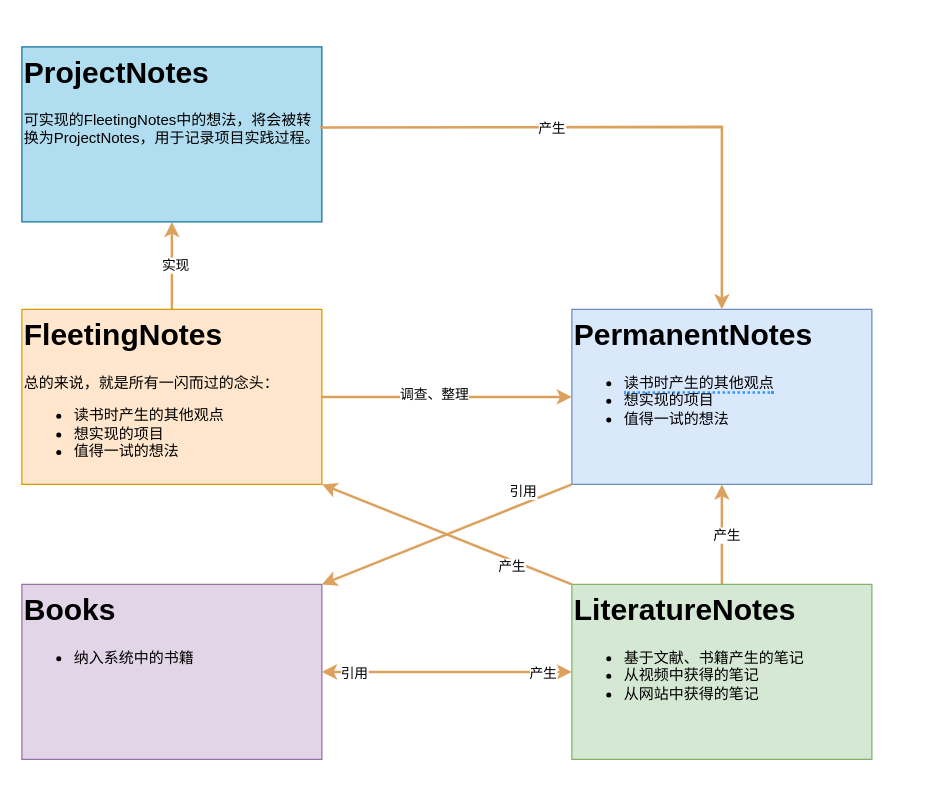
The draw.io diagram twks.drawio in uzvg/diagrams, before the edit. Source tidied: cells renumbered, new cells numbered last; positions are measured from the earlier drawing's top-left corner, leaving out a move shared by most shapes. Both pictures are drawn from the tidied source at 125%, with x=0, y=0 at pixel (21, 46).
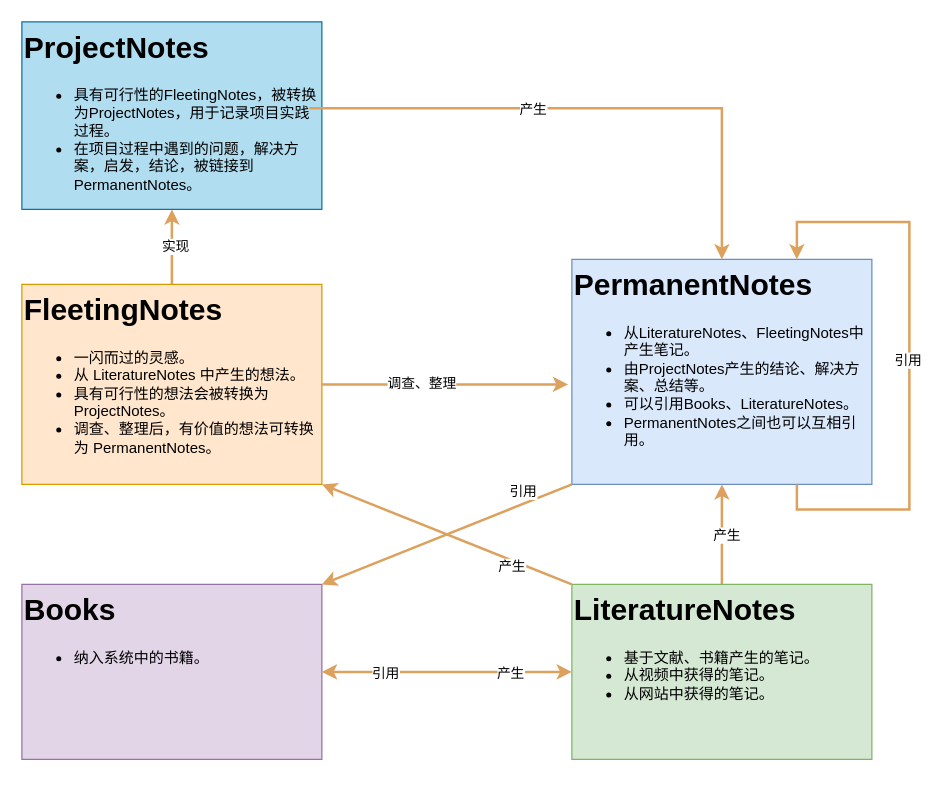
Above is the later version.

Diff of the diagram source:
```diff
@@
-    <mxCell id="2" style="edgeStyle=orthogonalEdgeStyle;rounded=1;jettySize=auto;html=1;strokeColor=#DDA15E;fontColor=#FEFAE0;fillColor=#BC6C25;flowAnimation=1;strokeWidth=2;curved=0;" parent="1" edge="1" source="6" target="7">
-      <mxGeometry relative="1" as="geometry" />
-    </mxCell>
-    <mxCell id="3" value="调查、整理" style="edgeLabel;html=1;align=center;verticalAlign=middle;strokeColor=#DDA15E;fontColor=default;fillColor=#BC6C25;" parent="2" vertex="1">
-      <mxGeometry x="-0.12" y="3" relative="1" as="geometry">
-        <mxPoint x="1" as="offset" />
-      </mxGeometry>
-    </mxCell>
@@
-    <mxCell id="6" value="&lt;h1 style=&quot;margin-top: 0px;&quot;&gt;FleetingNotes&lt;/h1&gt;&lt;div&gt;总的来说，就是所有一闪而过的念头：&lt;/div&gt;&lt;div&gt;&lt;ul&gt;&lt;li&gt;读书时产生的其他观点&lt;/li&gt;&lt;li&gt;想实现的项目&lt;/li&gt;&lt;li&gt;值得一试的想法&lt;/li&gt;&lt;/ul&gt;&lt;/div&gt;" style="text;html=1;whiteSpace=wrap;overflow=hidden;rounded=0;fillColor=#ffe6cc;strokeColor=#d79b00;align=left;" parent="1" vertex="1">
-      <mxGeometry y="210" width="240" height="140" as="geometry" />
+    <mxCell id="6" value="&lt;h1 style=&quot;margin-top: 0px;&quot;&gt;FleetingNotes&lt;/h1&gt;&lt;div&gt;&lt;ul&gt;&lt;li&gt;一闪而过的灵感。&lt;/li&gt;&lt;li&gt;从 LiteratureNotes 中产生的想法。&lt;/li&gt;&lt;li&gt;具有可行性的想法会被转换为 ProjectNotes。&lt;/li&gt;&lt;li&gt;调查、整理后，有价值的想法可转换为 PermanentNotes。&lt;/li&gt;&lt;/ul&gt;&lt;/div&gt;" style="text;html=1;whiteSpace=wrap;overflow=hidden;rounded=0;fillColor=#ffe6cc;strokeColor=#d79b00;align=left;" parent="1" vertex="1">
+      <mxGeometry y="190" width="240" height="160" as="geometry" />
     </mxCell>
-    <mxCell id="7" value="&lt;h1 style=&quot;margin-top: 0px;&quot;&gt;PermanentNotes&lt;/h1&gt;&lt;div&gt;&lt;ul&gt;&lt;li style=&quot;&quot;&gt;&lt;span style=&quot;cursor: pointer; border-bottom: 2px dotted rgb(51, 153, 255);&quot;&gt;读书时产生的其他观点&lt;/span&gt;&lt;/li&gt;&lt;li style=&quot;&quot;&gt;想实现的项目&lt;/li&gt;&lt;li style=&quot;&quot;&gt;值得一试的想法&lt;/li&gt;&lt;/ul&gt;&lt;/div&gt;" style="text;html=1;whiteSpace=wrap;overflow=hidden;rounded=0;fillColor=#dae8fc;strokeColor=#6c8ebf;align=left;" parent="1" vertex="1">
-      <mxGeometry x="440" y="210" width="240" height="140" as="geometry" />
+    <mxCell id="7" value="&lt;h1 style=&quot;margin-top: 0px;&quot;&gt;PermanentNotes&lt;/h1&gt;&lt;div&gt;&lt;ul&gt;&lt;li&gt;从LiteratureNotes、FleetingNotes中产生笔记。&lt;/li&gt;&lt;li&gt;由ProjectNotes产生的结论、解决方案、总结等。&lt;/li&gt;&lt;li&gt;可以引用Books、LiteratureNotes。&lt;/li&gt;&lt;li&gt;PermanentNotes之间也可以互相引用。&lt;/li&gt;&lt;/ul&gt;&lt;/div&gt;" style="text;html=1;whiteSpace=wrap;overflow=hidden;rounded=0;fillColor=#dae8fc;strokeColor=#6c8ebf;align=left;" parent="1" vertex="1">
+      <mxGeometry x="440" y="170" width="240" height="180" as="geometry" />
     </mxCell>
@@
-    <mxCell id="10" value="&lt;h1 style=&quot;margin-top: 0px;&quot;&gt;LiteratureNotes&lt;/h1&gt;&lt;div&gt;&lt;ul&gt;&lt;li style=&quot;&quot;&gt;基于文献、书籍产生的笔记&lt;/li&gt;&lt;li&gt;从视频中获得的笔记&lt;/li&gt;&lt;li&gt;从网站中获得的笔记&lt;/li&gt;&lt;/ul&gt;&lt;/div&gt;" style="text;html=1;whiteSpace=wrap;overflow=hidden;rounded=0;fillColor=#d5e8d4;strokeColor=#82b366;align=left;" parent="1" vertex="1">
+    <mxCell id="10" value="&lt;h1 style=&quot;margin-top: 0px;&quot;&gt;LiteratureNotes&lt;/h1&gt;&lt;div&gt;&lt;ul&gt;&lt;li style=&quot;&quot;&gt;基于文献、书籍产生的笔记。&lt;/li&gt;&lt;li&gt;从视频中获得的笔记。&lt;/li&gt;&lt;li&gt;从网站中获得的笔记。&lt;/li&gt;&lt;/ul&gt;&lt;/div&gt;" style="text;html=1;whiteSpace=wrap;overflow=hidden;rounded=0;fillColor=#d5e8d4;strokeColor=#82b366;align=left;" parent="1" vertex="1">
       <mxGeometry x="440" y="430" width="240" height="140" as="geometry" />
     </mxCell>
-    <mxCell id="11" value="&lt;h1 style=&quot;margin-top: 0px;&quot;&gt;Books&lt;/h1&gt;&lt;div&gt;&lt;ul&gt;&lt;li&gt;纳入系统中的书籍&lt;/li&gt;&lt;/ul&gt;&lt;/div&gt;" style="text;html=1;whiteSpace=wrap;overflow=hidden;rounded=0;fillColor=#e1d5e7;strokeColor=#9673a6;align=left;" parent="1" vertex="1">
+    <mxCell id="11" value="&lt;h1 style=&quot;margin-top: 0px;&quot;&gt;Books&lt;/h1&gt;&lt;div&gt;&lt;ul&gt;&lt;li&gt;纳入系统中的书籍。&lt;/li&gt;&lt;/ul&gt;&lt;/div&gt;" style="text;html=1;whiteSpace=wrap;overflow=hidden;rounded=0;fillColor=#e1d5e7;strokeColor=#9673a6;align=left;" parent="1" vertex="1">
       <mxGeometry y="430" width="240" height="140" as="geometry" />
     </mxCell>
-    <mxCell id="12" value="&lt;h1 style=&quot;margin-top: 0px;&quot;&gt;ProjectNotes&lt;/h1&gt;&lt;div&gt;可实现的FleetingNotes中的想法，将会被转换为ProjectNotes，用于记录项目实践过程。&lt;/div&gt;" style="text;html=1;whiteSpace=wrap;overflow=hidden;rounded=0;fillColor=#b1ddf0;strokeColor=#10739e;align=left;" parent="1" vertex="1">
-      <mxGeometry width="240" height="140" as="geometry" />
+    <mxCell id="12" value="&lt;h1 style=&quot;margin-top: 0px;&quot;&gt;ProjectNotes&lt;/h1&gt;&lt;div&gt;&lt;ul&gt;&lt;li&gt;具有可行性的FleetingNotes，被转换为ProjectNotes，用于记录项目实践过程。&lt;/li&gt;&lt;li&gt;在项目过程中遇到的问题，解决方案，启发，结论，被链接到PermanentNotes。&lt;/li&gt;&lt;/ul&gt;&lt;/div&gt;" style="text;html=1;whiteSpace=wrap;overflow=hidden;rounded=0;fillColor=#b1ddf0;strokeColor=#10739e;align=left;" parent="1" vertex="1">
+      <mxGeometry y="-20" width="240" height="150" as="geometry" />
     </mxCell>
@@
-    <mxCell id="15" style="endArrow=classic;startArrow=classic;html=1;rounded=0;strokeColor=#DDA15E;fontColor=#FEFAE0;fillColor=#BC6C25;entryX=0;entryY=0.5;entryDx=0;entryDy=0;flowAnimation=1;strokeWidth=2;" parent="1" edge="1" source="11" target="10">
+    <mxCell id="15" style="endArrow=classic;startArrow=classic;html=1;rounded=0;strokeColor=#DDA15E;fontColor=#FEFAE0;fillColor=#BC6C25;entryX=0;entryY=0.5;entryDx=0;entryDy=0;flowAnimation=1;strokeWidth=2;exitX=1;exitY=0.5;exitDx=0;exitDy=0;" parent="1" edge="1" source="11" target="10">
       <mxGeometry relative="1" as="geometry" />
     </mxCell>
     <mxCell id="16" value="产生" style="edgeLabel;html=1;align=center;verticalAlign=middle;strokeColor=#DDA15E;fontColor=default;fillColor=#BC6C25;" parent="15" vertex="1">
-      <mxGeometry x="0.76" relative="1" as="geometry" />
+      <mxGeometry x="0.76" relative="1" as="geometry">
+        <mxPoint x="-26" as="offset" />
+      </mxGeometry>
     </mxCell>
     <mxCell id="17" value="引用" style="edgeLabel;html=1;align=center;verticalAlign=middle;strokeColor=#DDA15E;fontColor=default;fillColor=#BC6C25;" parent="15" vertex="1">
-      <mxGeometry x="-0.75" relative="1" as="geometry" />
+      <mxGeometry x="-0.75" relative="1" as="geometry">
+        <mxPoint x="25" as="offset" />
+      </mxGeometry>
     </mxCell>
-    <mxCell id="18" style="endArrow=classic;html=1;rounded=0;strokeColor=#DDA15E;fontColor=#FEFAE0;fillColor=#BC6C25;exitX=0.994;exitY=0.46;exitDx=0;exitDy=0;entryX=0.5;entryY=0;entryDx=0;entryDy=0;strokeWidth=2;flowAnimation=1;exitPerimeter=0;" parent="1" edge="1" source="12" target="7">
+    <mxCell id="18" style="endArrow=classic;html=1;rounded=0;strokeColor=#DDA15E;fontColor=#FEFAE0;fillColor=#BC6C25;entryX=0.5;entryY=0;entryDx=0;entryDy=0;strokeWidth=2;flowAnimation=1;" parent="1" edge="1" target="7">
       <mxGeometry relative="1" as="geometry">
+        <mxPoint x="230" y="49" as="sourcePoint" />
         <Array as="points">
-          <mxPoint x="560" y="64" />
+          <mxPoint x="560" y="49" />
         </Array>
       </mxGeometry>
     </mxCell>
@@
+    <mxCell id="22" style="endArrow=classic;html=1;rounded=0;strokeColor=#DDA15E;fontColor=#FEFAE0;fillColor=#BC6C25;entryX=0.75;entryY=0;entryDx=0;entryDy=0;exitX=0.75;exitY=1;exitDx=0;exitDy=0;strokeWidth=2;flowAnimation=1;" parent="1" edge="1" source="7" target="7">
+      <mxGeometry relative="1" as="geometry">
+        <Array as="points">
+          <mxPoint x="620" y="370" />
+          <mxPoint x="710" y="370" />
+          <mxPoint x="710" y="140" />
+          <mxPoint x="620" y="140" />
+        </Array>
+      </mxGeometry>
+    </mxCell>
+    <mxCell id="23" value="引用" style="edgeLabel;html=1;align=center;verticalAlign=middle;strokeColor=#DDA15E;fontColor=default;fillColor=#BC6C25;" parent="22" vertex="1">
+      <mxGeometry y="2" relative="1" as="geometry" />
+    </mxCell>
+    <mxCell id="24" style="endArrow=classic;html=1;rounded=0;strokeColor=#DDA15E;fontColor=#FEFAE0;fillColor=#BC6C25;exitX=1;exitY=0.5;exitDx=0;exitDy=0;strokeWidth=2;flowAnimation=1;" parent="1" edge="1" source="6">
+      <mxGeometry relative="1" as="geometry">
+        <mxPoint x="437" y="270" as="targetPoint" />
+      </mxGeometry>
+    </mxCell>
+    <mxCell id="3" value="调查、整理" style="edgeLabel;html=1;align=center;verticalAlign=middle;strokeColor=#DDA15E;fontColor=default;fillColor=#BC6C25;" parent="24" vertex="1">
+      <mxGeometry x="-0.2" y="2" relative="1" as="geometry" />
+    </mxCell>
```
